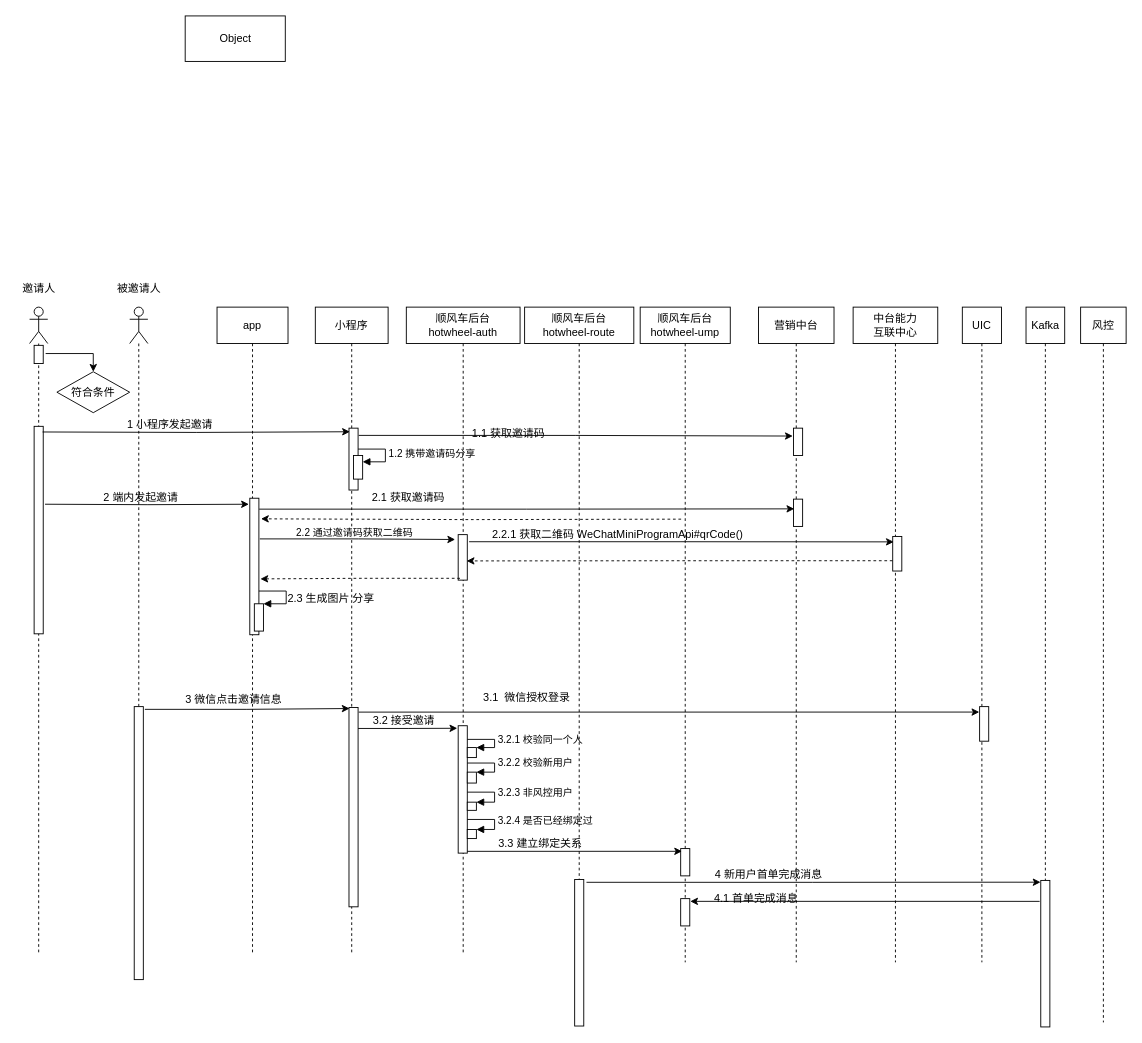
Before: page "乘客拉新活动邀请2.11" (15 of 16) of Untitled Diagram.drawio in liufuchen88/test2, a draw.io diagram. Source tidied: cells renumbered, new cells numbered last; positions are measured from the earlier drawing's top-left corner, leaving out a move shared by most shapes. Both pictures are drawn from the tidied source at 91%, with x=0, y=0 at pixel (15, 15).
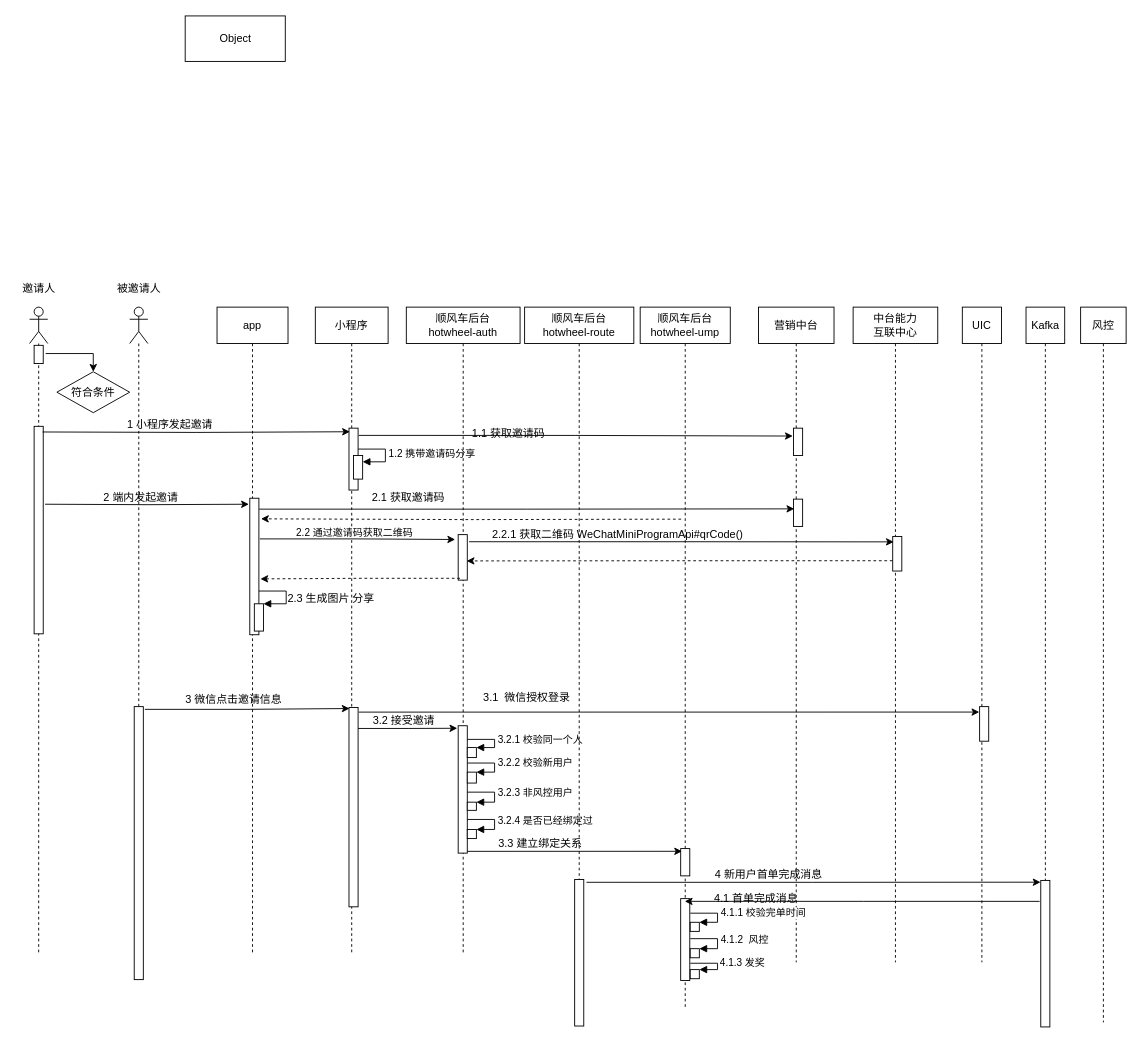
Above is the later version.

Unchanged cells that the change refers to:
```xml
<mxCell id="40" style="html=1;points=[];perimeter=orthogonalPerimeter;" parent="39" vertex="1">
  <mxGeometry x="16.2" y="630" width="10" height="161" as="geometry" />
</mxCell>
```

Change to the diagram source:
```diff
@@
     <mxCell id="66" value="顺风车后台&lt;br&gt;hotwheel-ump" style="shape=umlLifeline;perimeter=lifelinePerimeter;whiteSpace=wrap;html=1;" parent="1" vertex="1">
-      <mxGeometry x="686" y="320" width="99" height="720" as="geometry" />
+      <mxGeometry x="686" y="320" width="99" height="770" as="geometry" />
     </mxCell>
@@
     <mxCell id="68" style="html=1;points=[];perimeter=orthogonalPerimeter;" parent="66" vertex="1">
-      <mxGeometry x="44.5" y="650" width="10" height="30" as="geometry" />
+      <mxGeometry x="44.5" y="650" width="10" height="90" as="geometry" />
     </mxCell>
+    <mxCell id="75" style="html=1;points=[];perimeter=orthogonalPerimeter;" parent="66" vertex="1">
+      <mxGeometry x="55" y="676" width="10" height="10" as="geometry" />
+    </mxCell>
+    <mxCell id="76" value="4.1.1 校验完单时间" style="edgeStyle=orthogonalEdgeStyle;html=1;align=left;spacingLeft=2;endArrow=block;rounded=0;entryX=1;entryY=0;" parent="66" edge="1" target="75">
+      <mxGeometry relative="1" as="geometry">
+        <mxPoint x="55" y="666" as="sourcePoint" />
+        <Array as="points">
+          <mxPoint x="85" y="666" />
+        </Array>
+      </mxGeometry>
+    </mxCell>
@@
-    <mxCell id="73" style="edgeStyle=orthogonalEdgeStyle;rounded=0;jettySize=auto;html=1;entryX=1.05;entryY=0.1;entryDx=0;entryDy=0;entryPerimeter=0;exitX=-0.125;exitY=0.143;exitDx=0;exitDy=0;exitPerimeter=0;" parent="1" edge="1" source="40" target="68">
-      <mxGeometry relative="1" as="geometry" />
+    <mxCell id="73" style="edgeStyle=orthogonalEdgeStyle;rounded=0;jettySize=auto;html=1;exitX=-0.125;exitY=0.143;exitDx=0;exitDy=0;exitPerimeter=0;" parent="1" edge="1" source="40">
+      <mxGeometry relative="1" as="geometry">
+        <mxPoint x="735" y="973" as="targetPoint" />
+      </mxGeometry>
     </mxCell>
@@
+    <mxCell id="77" style="html=1;points=[];perimeter=orthogonalPerimeter;" parent="1" vertex="1">
+      <mxGeometry x="741" y="1025" width="10" height="10" as="geometry" />
+    </mxCell>
+    <mxCell id="78" value="4.1.2&amp;nbsp; 风控" style="edgeStyle=orthogonalEdgeStyle;html=1;align=left;spacingLeft=2;endArrow=block;rounded=0;entryX=1;entryY=0;" parent="1" edge="1" target="77">
+      <mxGeometry relative="1" as="geometry">
+        <mxPoint x="741" y="1014" as="sourcePoint" />
+        <Array as="points">
+          <mxPoint x="771" y="1014" />
+        </Array>
+      </mxGeometry>
+    </mxCell>
+    <mxCell id="79" style="html=1;points=[];perimeter=orthogonalPerimeter;" parent="1" vertex="1">
+      <mxGeometry x="741" y="1048" width="10" height="10" as="geometry" />
+    </mxCell>
+    <mxCell id="80" value="4.1.3 发奖" style="edgeStyle=orthogonalEdgeStyle;html=1;align=left;spacingLeft=2;endArrow=block;rounded=0;entryX=1;entryY=0;" parent="1" edge="1" target="79">
+      <mxGeometry relative="1" as="geometry">
+        <mxPoint x="741" y="1041" as="sourcePoint" />
+        <Array as="points">
+          <mxPoint x="771" y="1041" />
+        </Array>
+      </mxGeometry>
+    </mxCell>
```
